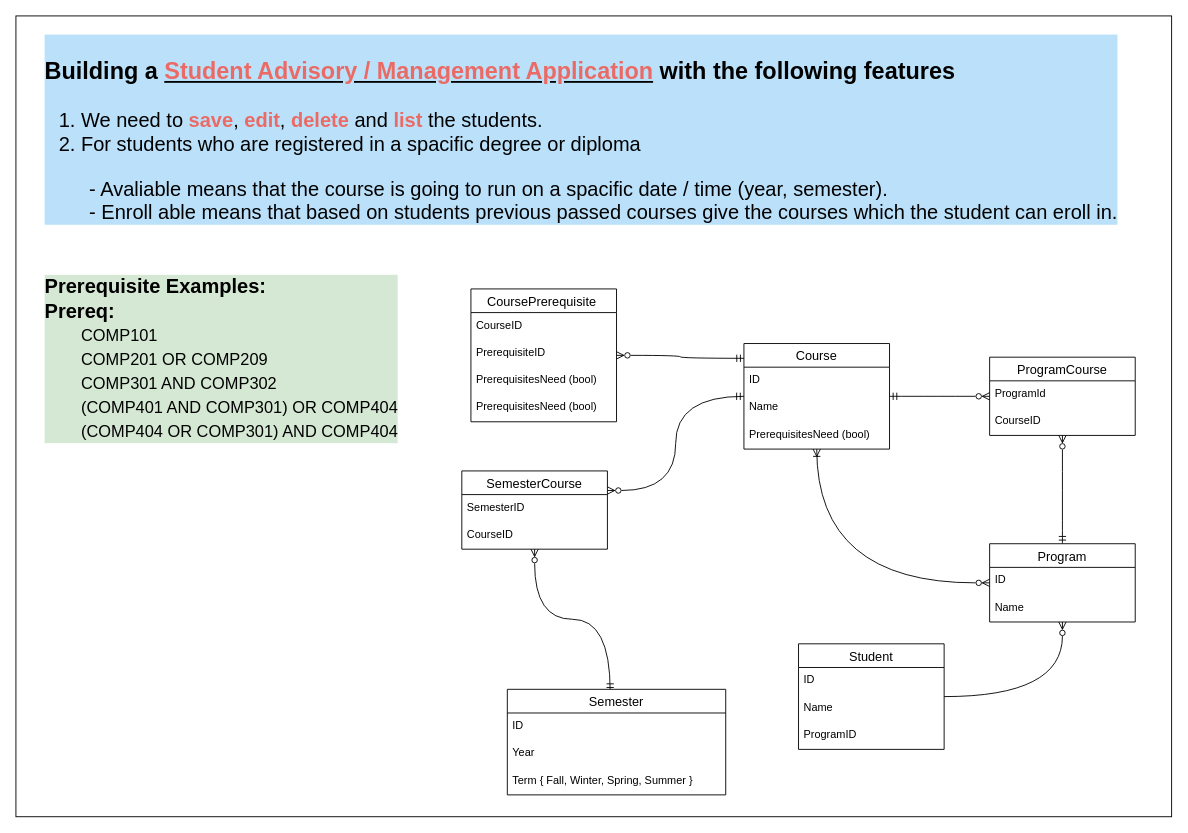
Earlier version of the draw.io diagram Images/A5-6/Feb5,2022.drawio (pokai-huang0828/cstp2104). Source tidied: cells renumbered, new cells numbered last; positions are measured from the earlier drawing's top-left corner, leaving out a move shared by most shapes. Both pictures are drawn from the tidied source at 91%, with x=0, y=0 at pixel (15, 15).
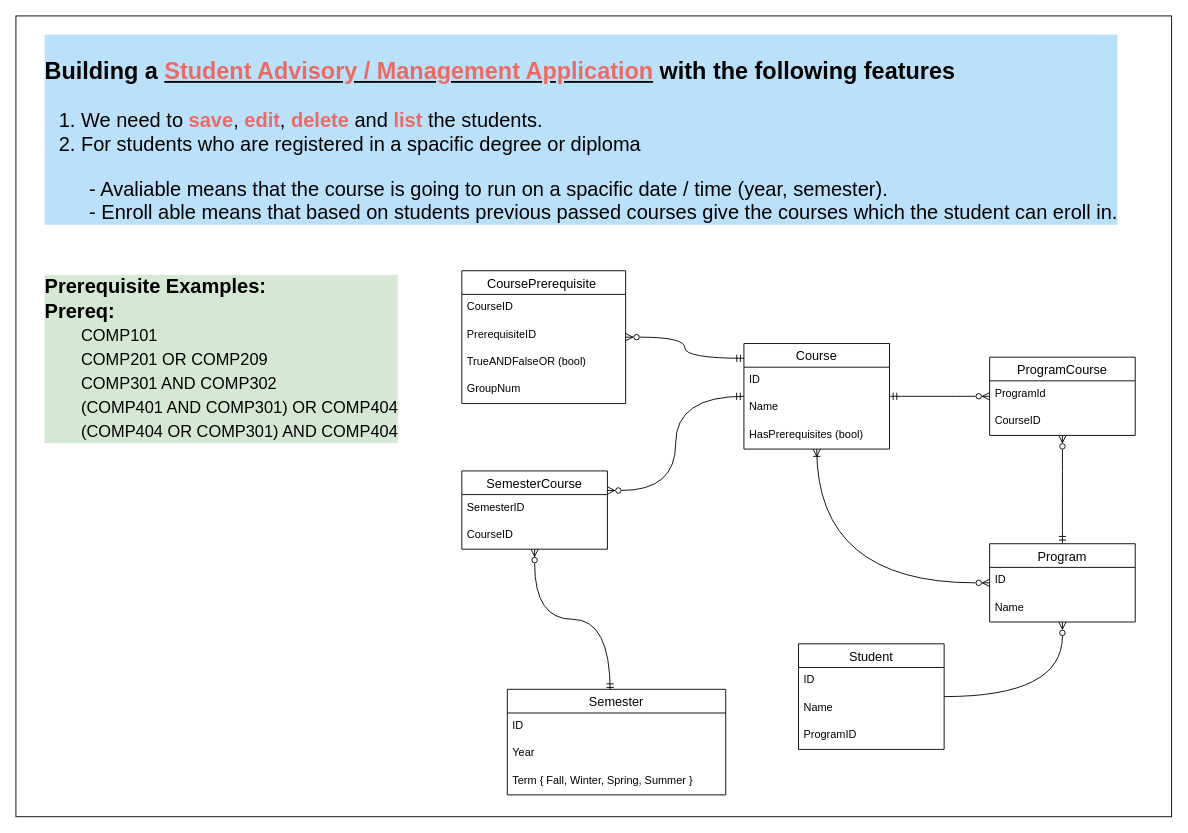
The same page after the edit.

Unchanged cells that the change refers to:
```xml
<mxCell id="11" value="Course" style="swimlane;fontStyle=0;horizontal=1;startSize=26;align=center;fontSize=14;" parent="1" vertex="1">
  <mxGeometry x="800" y="360" width="160" height="116" as="geometry" />
</mxCell>
```

The edit, as a diff of the source:
```diff
@@
-    <mxCell id="14" value="PrerequisitesNeed (bool)" style="text;strokeColor=none;fillColor=none;spacingLeft=4;spacingRight=4;overflow=hidden;fontSize=12;" parent="11" vertex="1">
+    <mxCell id="14" value="HasPrerequisites (bool)" style="text;strokeColor=none;fillColor=none;spacingLeft=4;spacingRight=4;overflow=hidden;fontSize=12;" parent="11" vertex="1">
       <mxGeometry y="86" width="160" height="30" as="geometry" />
     </mxCell>
@@
     <mxCell id="32" value="CoursePrerequisite " style="swimlane;fontStyle=0;horizontal=1;startSize=26;align=center;fontSize=14;" parent="1" vertex="1">
-      <mxGeometry x="500" y="300" width="160" height="146" as="geometry" />
+      <mxGeometry x="490" y="280" width="180" height="146" as="geometry" />
     </mxCell>
     <mxCell id="33" value="CourseID " style="text;strokeColor=none;fillColor=none;spacingLeft=4;spacingRight=4;overflow=hidden;fontSize=12;" parent="32" vertex="1">
-      <mxGeometry y="26" width="160" height="30" as="geometry" />
+      <mxGeometry y="26" width="180" height="30" as="geometry" />
     </mxCell>
     <mxCell id="34" value="PrerequisiteID" style="text;strokeColor=none;fillColor=none;spacingLeft=4;spacingRight=4;overflow=hidden;fontSize=12;" parent="32" vertex="1">
-      <mxGeometry y="56" width="160" height="30" as="geometry" />
+      <mxGeometry y="56" width="180" height="30" as="geometry" />
     </mxCell>
-    <mxCell id="35" value="PrerequisitesNeed (bool)" style="text;strokeColor=none;fillColor=none;spacingLeft=4;spacingRight=4;overflow=hidden;fontSize=12;" parent="32" vertex="1">
-      <mxGeometry y="86" width="160" height="30" as="geometry" />
+    <mxCell id="35" value="TrueANDFalseOR (bool)" style="text;strokeColor=none;fillColor=none;spacingLeft=4;spacingRight=4;overflow=hidden;fontSize=12;" parent="32" vertex="1">
+      <mxGeometry y="86" width="180" height="30" as="geometry" />
     </mxCell>
-    <mxCell id="36" value="PrerequisitesNeed (bool)" style="text;strokeColor=none;fillColor=none;spacingLeft=4;spacingRight=4;overflow=hidden;fontSize=12;" parent="32" vertex="1">
-      <mxGeometry y="116" width="160" height="30" as="geometry" />
+    <mxCell id="36" value="GroupNum" style="text;strokeColor=none;fillColor=none;spacingLeft=4;spacingRight=4;overflow=hidden;fontSize=12;" parent="32" vertex="1">
+      <mxGeometry y="116" width="180" height="30" as="geometry" />
     </mxCell>
```
